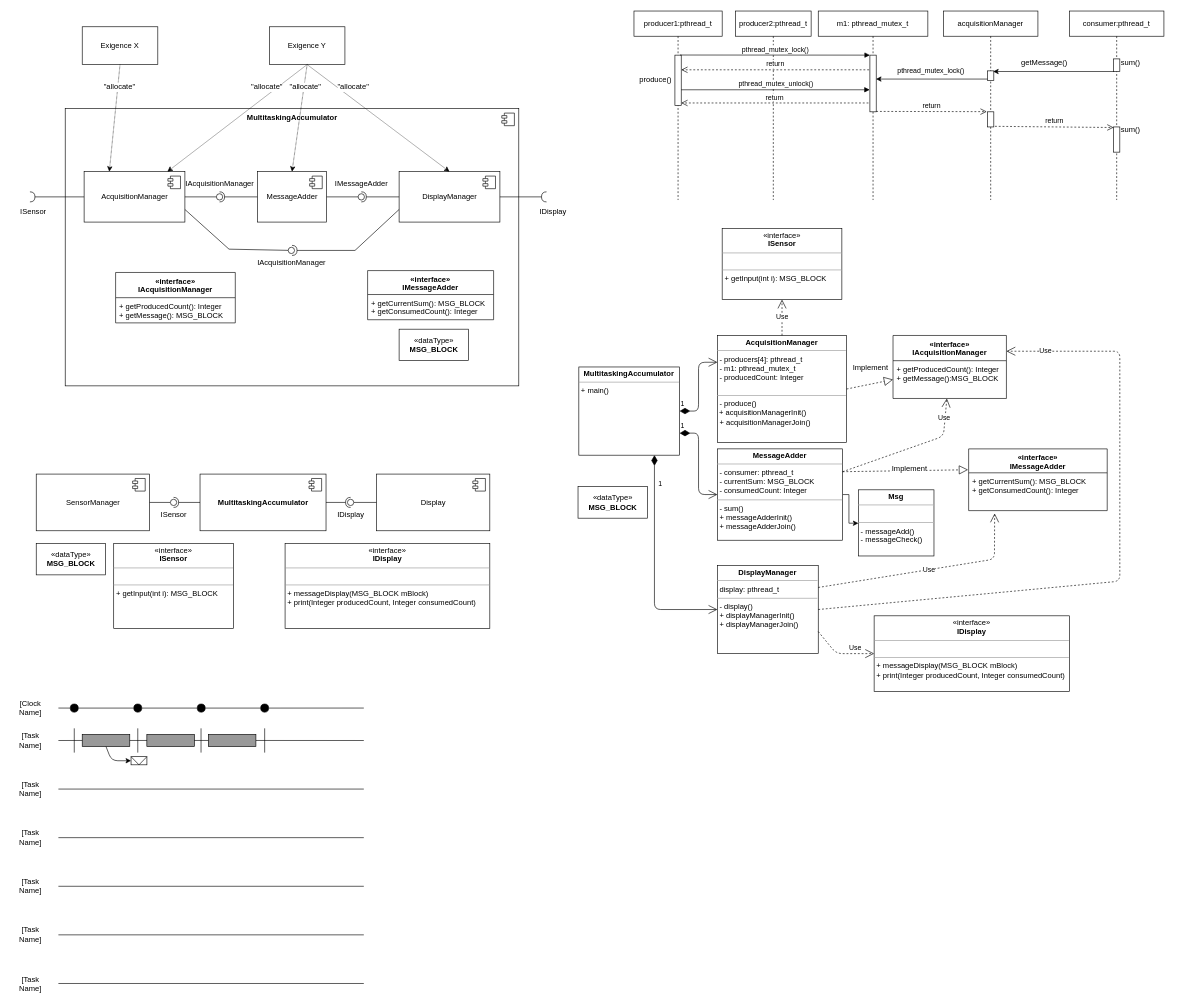
This is multitasking_training_practical_work/T1/diagrams/conception.drawio from liziyu403/POSIX-API-Dev, a draw.io file, before an edit. Source tidied: cells renumbered, new cells numbered last; positions are measured from the earlier drawing's top-left corner, leaving out a move shared by most shapes. Both pictures are drawn from the tidied source at 63%, with x=0, y=0 at pixel (11, 11).
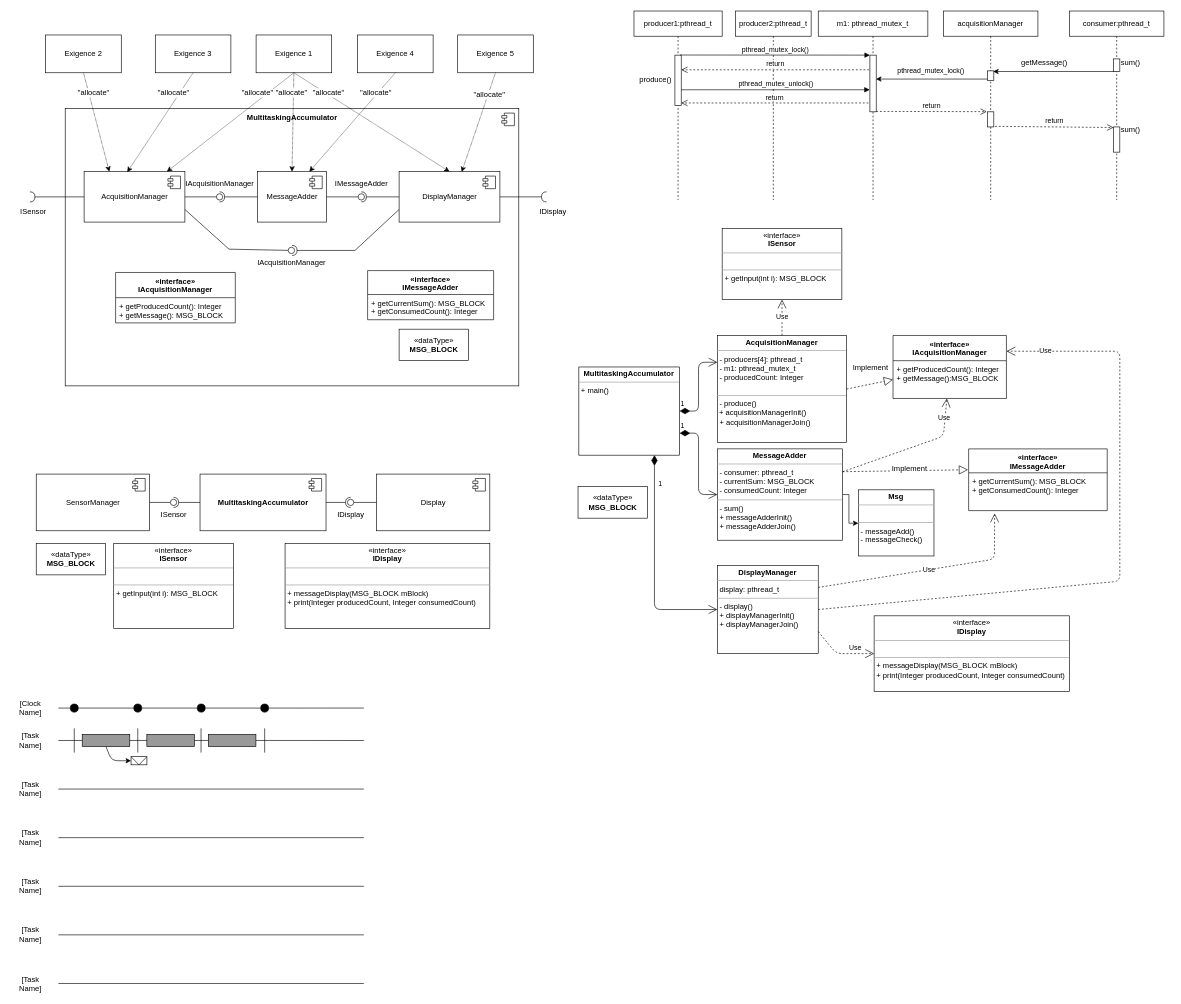
The same page after the edit.

The change refers to these unchanged cells:
```xml
<mxCell id="31" value="&lt;span style=&quot;text-align: left&quot;&gt;MessageAdder&lt;/span&gt;" style="html=1;" parent="29" vertex="1">
  <mxGeometry x="305" y="100" width="110" height="80" as="geometry" />
</mxCell>
<mxCell id="33" value="&lt;span style=&quot;text-align: left&quot;&gt;DisplayManager&lt;/span&gt;" style="html=1;" parent="29" vertex="1">
  <mxGeometry x="530" y="100" width="160" height="80" as="geometry" />
</mxCell>
<mxCell id="35" value="&lt;div style=&quot;text-align: left&quot;&gt;AcquisitionManager&lt;br&gt;&lt;/div&gt;" style="html=1;" parent="29" vertex="1">
  <mxGeometry x="30" y="100" width="160" height="80" as="geometry" />
</mxCell>
<mxCell id="88" style="endArrow=classic;html=1;exitX=0.5;exitY=1;exitDx=0;exitDy=0;dashed=1;dashPattern=1 1;entryX=0.5;entryY=0;entryDx=0;entryDy=0;" parent="1" edge="1" source="74" target="31">
  <mxGeometry relative="1" as="geometry" />
</mxCell>
<mxCell id="90" style="endArrow=classic;html=1;dashed=1;dashPattern=1 1;entryX=0.5;entryY=0;entryDx=0;entryDy=0;exitX=0.5;exitY=1;exitDx=0;exitDy=0;" parent="1" edge="1" source="74" target="33">
  <mxGeometry relative="1" as="geometry" />
</mxCell>
```

What changed in the source:
```diff
@@
-    <mxCell id="74" value="Exigence Y" style="rounded=0;whiteSpace=wrap;html=1;" parent="1" vertex="1">
-      <mxGeometry x="410" y="25" width="120" height="60" as="geometry" />
+    <mxCell id="74" value="Exigence 1" style="rounded=0;whiteSpace=wrap;html=1;" parent="1" vertex="1">
+      <mxGeometry x="389" y="38" width="120" height="60" as="geometry" />
     </mxCell>
@@
     <mxCell id="89" value="&quot;allocate&quot;" style="text;html=1;align=center;verticalAlign=middle;labelBackgroundColor=#ffffff;" parent="88" vertex="1">
       <mxGeometry x="-0.39" relative="1" as="geometry">
-        <mxPoint x="3.4" y="-16.1" as="offset" />
+        <mxPoint x="-4" y="-16" as="offset" />
       </mxGeometry>
     </mxCell>
@@
     <mxCell id="91" value="&quot;allocate&quot;" style="text;html=1;align=center;verticalAlign=middle;labelBackgroundColor=#ffffff;" parent="90" vertex="1">
       <mxGeometry x="-0.39" relative="1" as="geometry">
-        <mxPoint x="3.4" y="-16.1" as="offset" />
+        <mxPoint x="-21" y="-16" as="offset" />
       </mxGeometry>
     </mxCell>
-    <mxCell id="92" value="Exigence X" style="rounded=0;whiteSpace=wrap;html=1;" parent="1" vertex="1">
-      <mxGeometry x="113" y="25" width="120" height="60" as="geometry" />
+    <mxCell id="92" value="Exigence 2" style="rounded=0;whiteSpace=wrap;html=1;" parent="1" vertex="1">
+      <mxGeometry x="55" y="38" width="120" height="60" as="geometry" />
     </mxCell>
@@
+    <mxCell id="144" value="Exigence 3" style="rounded=0;whiteSpace=wrap;html=1;" parent="1" vertex="1">
+      <mxGeometry x="229" y="38" width="120" height="60" as="geometry" />
+    </mxCell>
+    <mxCell id="145" style="endArrow=classic;html=1;exitX=0.5;exitY=1;exitDx=0;exitDy=0;dashed=1;dashPattern=1 1;entryX=0.428;entryY=0.009;entryDx=0;entryDy=0;entryPerimeter=0;" parent="1" edge="1" source="144" target="35">
+      <mxGeometry relative="1" as="geometry" />
+    </mxCell>
+    <mxCell id="146" value="&quot;allocate&quot;" style="text;html=1;align=center;verticalAlign=middle;labelBackgroundColor=#ffffff;" parent="145" vertex="1">
+      <mxGeometry x="-0.39" relative="1" as="geometry">
+        <mxPoint x="1" y="-17" as="offset" />
+      </mxGeometry>
+    </mxCell>
+    <mxCell id="147" value="Exigence 5" style="rounded=0;whiteSpace=wrap;html=1;" parent="1" vertex="1">
+      <mxGeometry x="709" y="38" width="120" height="60" as="geometry" />
+    </mxCell>
+    <mxCell id="148" value="Exigence 4" style="rounded=0;whiteSpace=wrap;html=1;" parent="1" vertex="1">
+      <mxGeometry x="550" y="38" width="120" height="60" as="geometry" />
+    </mxCell>
+    <mxCell id="149" style="endArrow=classic;html=1;exitX=0.5;exitY=1;exitDx=0;exitDy=0;dashed=1;dashPattern=1 1;entryX=0.75;entryY=0;entryDx=0;entryDy=0;" parent="1" edge="1" source="148" target="31">
+      <mxGeometry relative="1" as="geometry" />
+    </mxCell>
+    <mxCell id="150" value="&quot;allocate&quot;" style="text;html=1;align=center;verticalAlign=middle;labelBackgroundColor=#ffffff;" parent="149" vertex="1">
+      <mxGeometry x="-0.39" relative="1" as="geometry">
+        <mxPoint x="10" y="-16" as="offset" />
+      </mxGeometry>
+    </mxCell>
+    <mxCell id="151" style="endArrow=classic;html=1;exitX=0.5;exitY=1;exitDx=0;exitDy=0;dashed=1;dashPattern=1 1;entryX=0.621;entryY=0.006;entryDx=0;entryDy=0;entryPerimeter=0;" parent="1" edge="1" source="147" target="33">
+      <mxGeometry relative="1" as="geometry" />
+    </mxCell>
+    <mxCell id="152" value="&quot;allocate&quot;" style="text;html=1;align=center;verticalAlign=middle;labelBackgroundColor=#ffffff;" parent="151" vertex="1">
+      <mxGeometry x="-0.39" relative="1" as="geometry">
+        <mxPoint x="6" y="-14" as="offset" />
+      </mxGeometry>
+    </mxCell>
```
